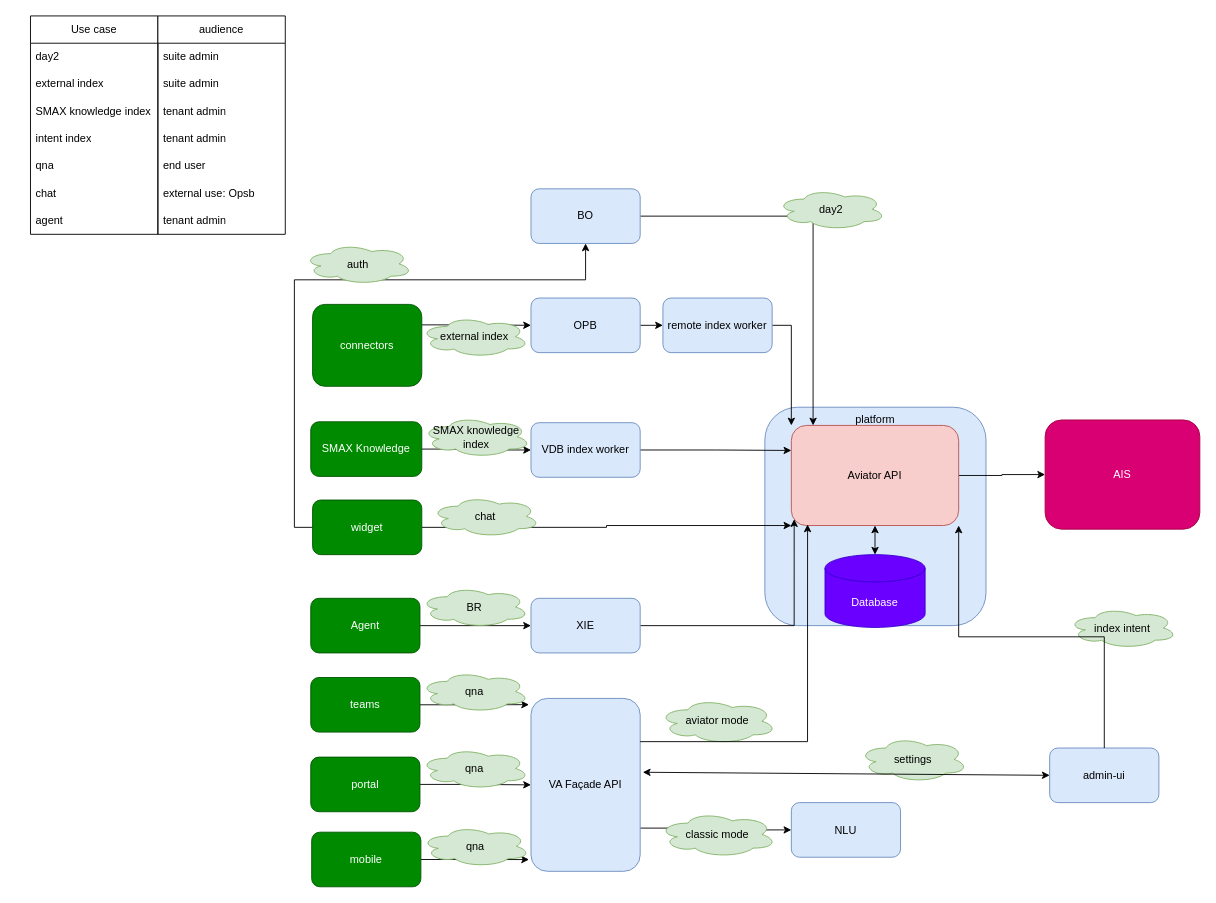
Ice-YcY/Diagram keeps this draw.io diagram as LLM/API adopt.drawio. Above is the earlier version. Source tidied: cells renumbered, new cells numbered last; positions are measured from the earlier drawing's top-left corner, leaving out a move shared by most shapes. Both pictures are drawn from the tidied source at 91%, with x=0, y=0 at pixel (30, 15).
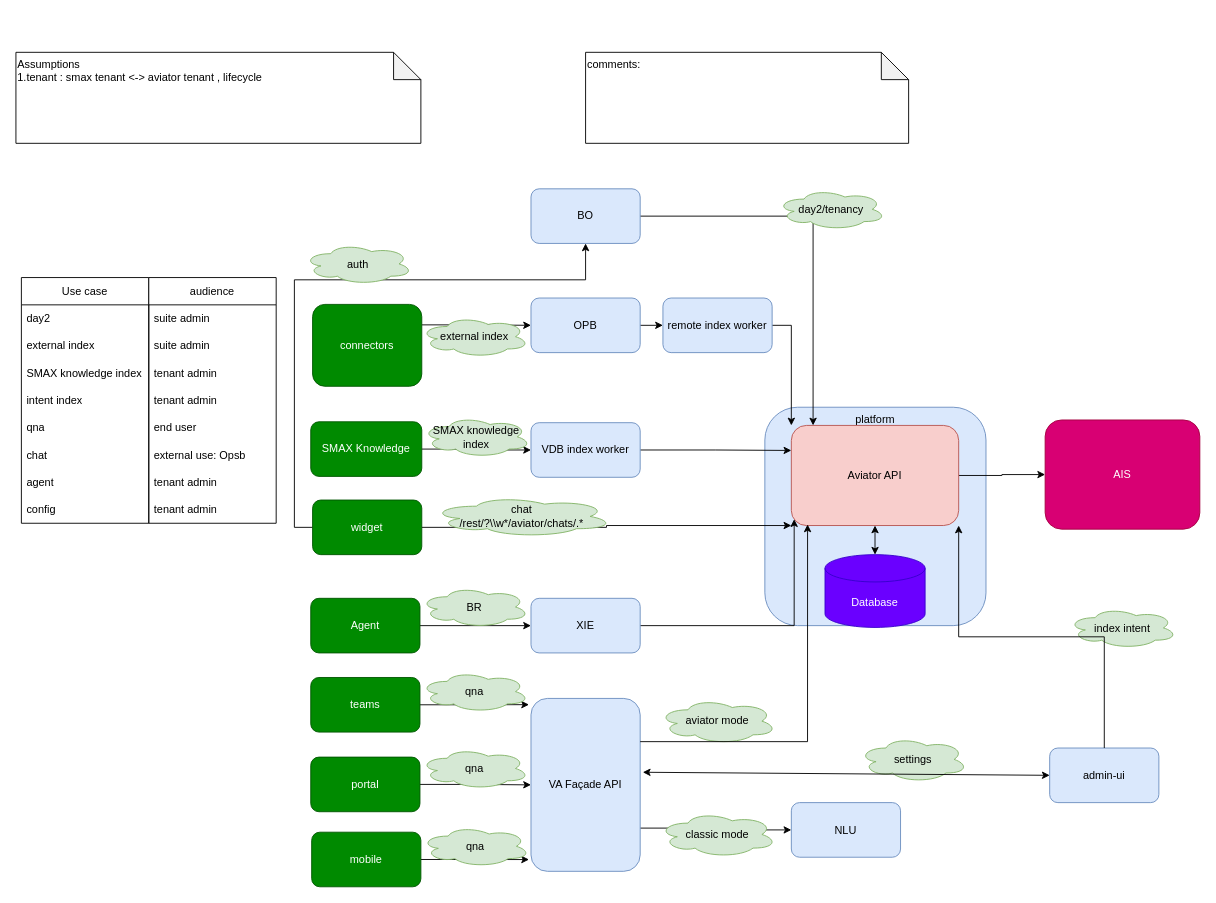
The same diagram, later.

What changed in the source:
```diff
@@
-    <mxCell id="28" value="day2" style="ellipse;shape=cloud;whiteSpace=wrap;html=1;fillColor=#d5e8d4;strokeColor=#82b366;" parent="1" vertex="1">
+    <mxCell id="28" value="day2/tenancy" style="ellipse;shape=cloud;whiteSpace=wrap;html=1;fillColor=#d5e8d4;strokeColor=#82b366;" parent="1" vertex="1">
       <mxGeometry x="820" y="190" width="120" height="45" as="geometry" />
     </mxCell>
@@
     <mxCell id="43" value="Use case" style="swimlane;fontStyle=0;horizontal=1;startSize=30;whiteSpace=wrap;html=1;labelBackgroundColor=none;labelBorderColor=none;textShadow=0;" parent="1" vertex="1">
-      <mxGeometry width="140" height="240" as="geometry" />
+      <mxGeometry x="-10" y="287.5" width="140" height="270" as="geometry" />
     </mxCell>
@@
+    <mxCell id="69" value="config" style="text;strokeColor=none;fillColor=none;align=left;verticalAlign=middle;spacingLeft=4;spacingRight=4;overflow=hidden;whiteSpace=wrap;html=1;" parent="43" vertex="1">
+      <mxGeometry y="240" width="140" height="30" as="geometry" />
+    </mxCell>
     <mxCell id="51" value="audience" style="swimlane;fontStyle=0;horizontal=1;startSize=30;whiteSpace=wrap;html=1;" parent="1" vertex="1">
-      <mxGeometry x="140" width="140" height="240" as="geometry" />
+      <mxGeometry x="130" y="287.5" width="140" height="270" as="geometry" />
     </mxCell>
@@
+    <mxCell id="70" value="tenant admin" style="text;strokeColor=none;fillColor=none;align=left;verticalAlign=middle;spacingLeft=4;spacingRight=4;overflow=hidden;whiteSpace=wrap;html=1;" parent="51" vertex="1">
+      <mxGeometry y="240" width="140" height="30" as="geometry" />
+    </mxCell>
@@
-    <mxCell id="64" value="&lt;span style=&quot;text-align: left;&quot;&gt;chat&lt;/span&gt;" style="ellipse;shape=cloud;whiteSpace=wrap;html=1;fillColor=#d5e8d4;strokeColor=#82b366;" parent="1" vertex="1">
-      <mxGeometry x="440" y="527.5" width="120" height="45" as="geometry" />
+    <mxCell id="64" value="&lt;span style=&quot;text-align: left;&quot;&gt;chat&lt;/span&gt;&lt;div&gt;&lt;span style=&quot;text-align: left;&quot;&gt;/rest/?\\w*/aviator/chats/.*&lt;/span&gt;&lt;span style=&quot;text-align: left;&quot;&gt;&lt;br&gt;&lt;/span&gt;&lt;/div&gt;" style="ellipse;shape=cloud;whiteSpace=wrap;html=1;fillColor=#d5e8d4;strokeColor=#82b366;" parent="1" vertex="1">
+      <mxGeometry x="440" y="527.5" width="200" height="45" as="geometry" />
     </mxCell>
@@
+    <mxCell id="71" value="Assumptions&lt;div&gt;1.tenant : smax tenant &amp;lt;-&amp;gt; aviator tenant , lifecycle&lt;/div&gt;&lt;div&gt;&lt;br&gt;&lt;/div&gt;" style="shape=note;whiteSpace=wrap;html=1;backgroundOutline=1;darkOpacity=0.05;align=left;verticalAlign=top;" parent="1" vertex="1">
+      <mxGeometry x="-16" y="40" width="445" height="100" as="geometry" />
+    </mxCell>
+    <mxCell id="72" value="comments:&lt;div&gt;&lt;br&gt;&lt;/div&gt;" style="shape=note;whiteSpace=wrap;html=1;backgroundOutline=1;darkOpacity=0.05;align=left;verticalAlign=top;" parent="1" vertex="1">
+      <mxGeometry x="610" y="40" width="355" height="100" as="geometry" />
+    </mxCell>
```
